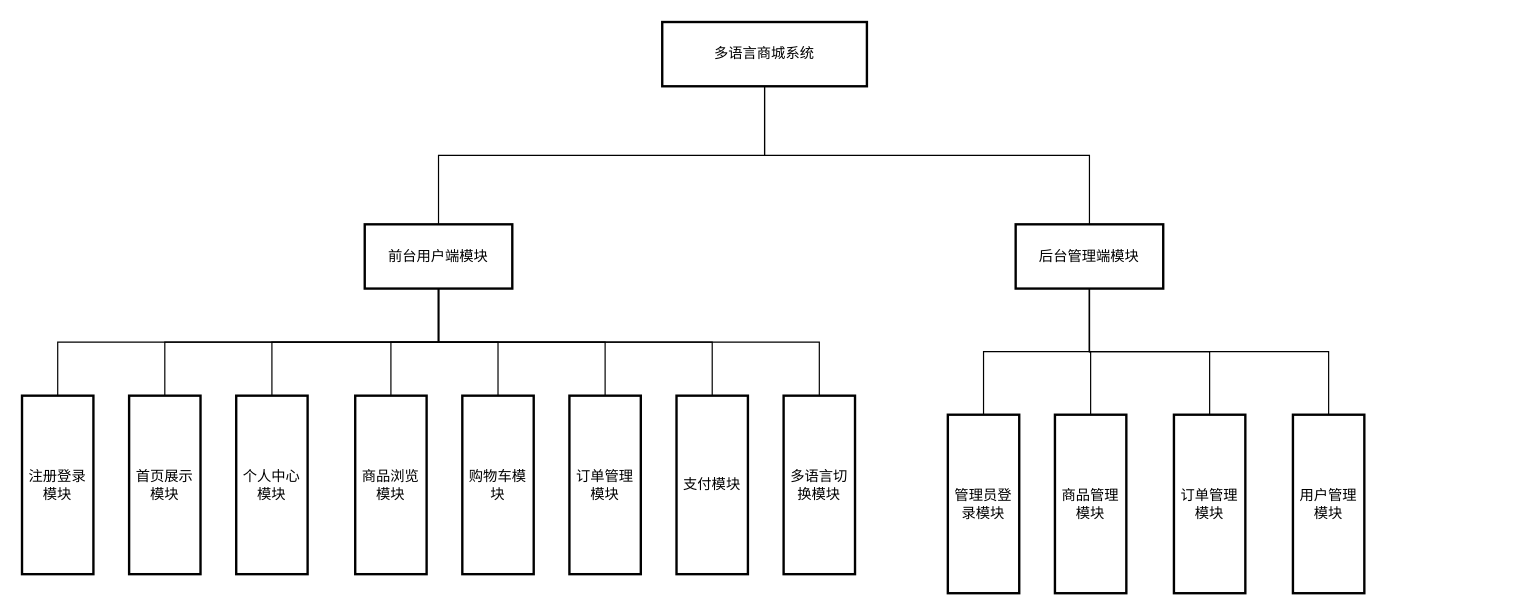
Earlier version of the draw.io diagram page "系统功能模块" (1 of 4) of 毕业设计.drawio (194568/test1). Source tidied: cells renumbered, new cells numbered last; positions are measured from the earlier drawing's top-left corner, leaving out a move shared by most shapes. Both pictures are drawn from the tidied source at 119%, with x=0, y=0 at pixel (21, 21).
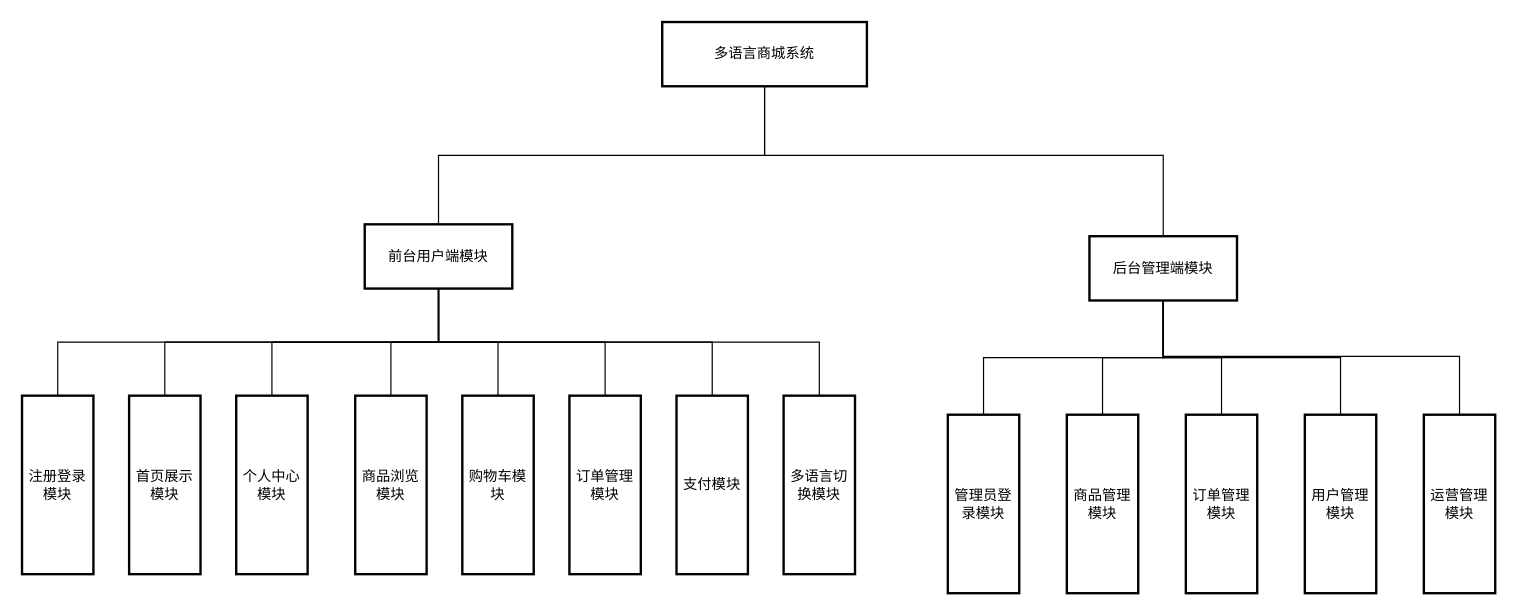
Above is the later version.

Commit message:
更新毕业设计.drawio

Unchanged cells that the change refers to:
```xml
<mxCell id="4" value="多语言商城系统" style="whiteSpace=wrap;strokeWidth=2;" parent="1" vertex="1">
  <mxGeometry x="538" width="172" height="54" as="geometry" />
</mxCell>
<mxCell id="30" value="管理员登录模块" style="whiteSpace=wrap;strokeWidth=2;" parent="1" vertex="1">
  <mxGeometry x="778" y="330" width="60" height="150" as="geometry" />
</mxCell>
```

The edit, as a diff of the source:
```diff
@@
-    <mxCell id="3" style="edgeStyle=orthogonalEdgeStyle;rounded=0;jettySize=auto;html=1;entryX=0.5;entryY=0;entryDx=0;entryDy=0;exitX=0.5;exitY=1;exitDx=0;exitDy=0;endArrow=none;endFill=0;" parent="1" edge="1" source="4" target="18">
-      <mxGeometry relative="1" as="geometry" />
+    <mxCell id="3" style="edgeStyle=orthogonalEdgeStyle;rounded=0;jettySize=auto;html=1;entryX=0.5;entryY=0;entryDx=0;entryDy=0;exitX=0.5;exitY=1;exitDx=0;exitDy=0;endArrow=none;endFill=0;" parent="1" edge="1" target="18">
+      <mxGeometry relative="1" as="geometry">
+        <mxPoint x="624" y="46" as="sourcePoint" />
+        <Array as="points">
+          <mxPoint x="624" y="112" />
+          <mxPoint x="959" y="112" />
+        </Array>
+      </mxGeometry>
     </mxCell>
@@
-    <mxCell id="17" style="edgeStyle=orthogonalEdgeStyle;rounded=0;jettySize=auto;html=1;entryX=0.5;entryY=0;entryDx=0;entryDy=0;endArrow=none;endFill=0;" parent="1" edge="1" source="18" target="30">
+    <mxCell id="17" style="edgeStyle=orthogonalEdgeStyle;rounded=0;jettySize=auto;html=1;entryX=0.5;entryY=0;entryDx=0;entryDy=0;endArrow=none;endFill=0;exitX=0.5;exitY=1;exitDx=0;exitDy=0;" parent="1" edge="1" source="18" target="30">
       <mxGeometry relative="1" as="geometry" />
     </mxCell>
     <mxCell id="18" value="后台管理端模块" style="whiteSpace=wrap;strokeWidth=2;" parent="1" vertex="1">
-      <mxGeometry x="835" y="170" width="124" height="54" as="geometry" />
+      <mxGeometry x="897" y="180" width="124" height="54" as="geometry" />
     </mxCell>
@@
     <mxCell id="26" value="商品管理模块" style="whiteSpace=wrap;strokeWidth=2;" parent="1" vertex="1">
-      <mxGeometry x="868" y="330" width="60" height="150" as="geometry" />
+      <mxGeometry x="878" y="330" width="60" height="150" as="geometry" />
     </mxCell>
     <mxCell id="27" value="订单管理模块" style="whiteSpace=wrap;strokeWidth=2;" parent="1" vertex="1">
-      <mxGeometry x="968" y="330" width="60" height="150" as="geometry" />
+      <mxGeometry x="978" y="330" width="60" height="150" as="geometry" />
     </mxCell>
     <mxCell id="28" value="用户管理模块" style="whiteSpace=wrap;strokeWidth=2;" parent="1" vertex="1">
-      <mxGeometry x="1068" y="330" width="60" height="150" as="geometry" />
+      <mxGeometry x="1078" y="330" width="60" height="150" as="geometry" />
     </mxCell>
@@
+    <mxCell id="31" style="edgeStyle=orthogonalEdgeStyle;rounded=0;orthogonalLoop=1;jettySize=auto;html=1;entryX=0.5;entryY=1;entryDx=0;entryDy=0;endArrow=none;endFill=0;" parent="1" edge="1">
+      <mxGeometry relative="1" as="geometry">
+        <mxPoint x="1208" y="331" as="sourcePoint" />
+        <mxPoint x="959" y="235" as="targetPoint" />
+        <Array as="points">
+          <mxPoint x="1208" y="281" />
+          <mxPoint x="959" y="281" />
+        </Array>
+      </mxGeometry>
+    </mxCell>
+    <mxCell id="32" value="运营管理模块" style="whiteSpace=wrap;strokeWidth=2;" parent="1" vertex="1">
+      <mxGeometry x="1178" y="330" width="60" height="150" as="geometry" />
+    </mxCell>
```
